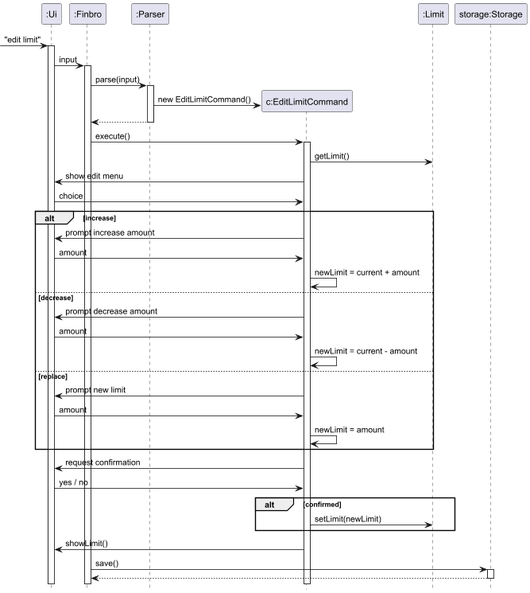
The PlantUML diagram docs/UML_diagrams/images/EditLimit.png in natmloclam/tp, before a commit. Its diagram source:
```plantuml
@startuml
hide footbox

->":Ui"++: "edit limit"
":Ui" -> ":Finbro"++: input

":Finbro" -> ":Parser"++: parse(input)
create "c:EditLimitCommand"
":Parser" -> "c:EditLimitCommand": new EditLimitCommand()
return

":Finbro" -> "c:EditLimitCommand"++: execute()

"c:EditLimitCommand" -> ":Limit": getLimit()

"c:EditLimitCommand" -> ":Ui": show edit menu
":Ui" -> "c:EditLimitCommand": choice

alt increase
    "c:EditLimitCommand" -> ":Ui": prompt increase amount
    ":Ui" -> "c:EditLimitCommand": amount
    "c:EditLimitCommand" -> "c:EditLimitCommand": newLimit = current + amount

else decrease
    "c:EditLimitCommand" -> ":Ui": prompt decrease amount
    ":Ui" -> "c:EditLimitCommand": amount
    "c:EditLimitCommand" -> "c:EditLimitCommand": newLimit = current - amount

else replace
    "c:EditLimitCommand" -> ":Ui": prompt new limit
    ":Ui" -> "c:EditLimitCommand": amount
    "c:EditLimitCommand" -> "c:EditLimitCommand": newLimit = amount
end

"c:EditLimitCommand" -> ":Ui": request confirmation
":Ui" -> "c:EditLimitCommand": yes / no

alt confirmed
    "c:EditLimitCommand" -> ":Limit": setLimit(newLimit)
end

"c:EditLimitCommand" -> ":Ui": showLimit()

":Finbro" -> "storage:Storage"++: save()
return

@enduml
```
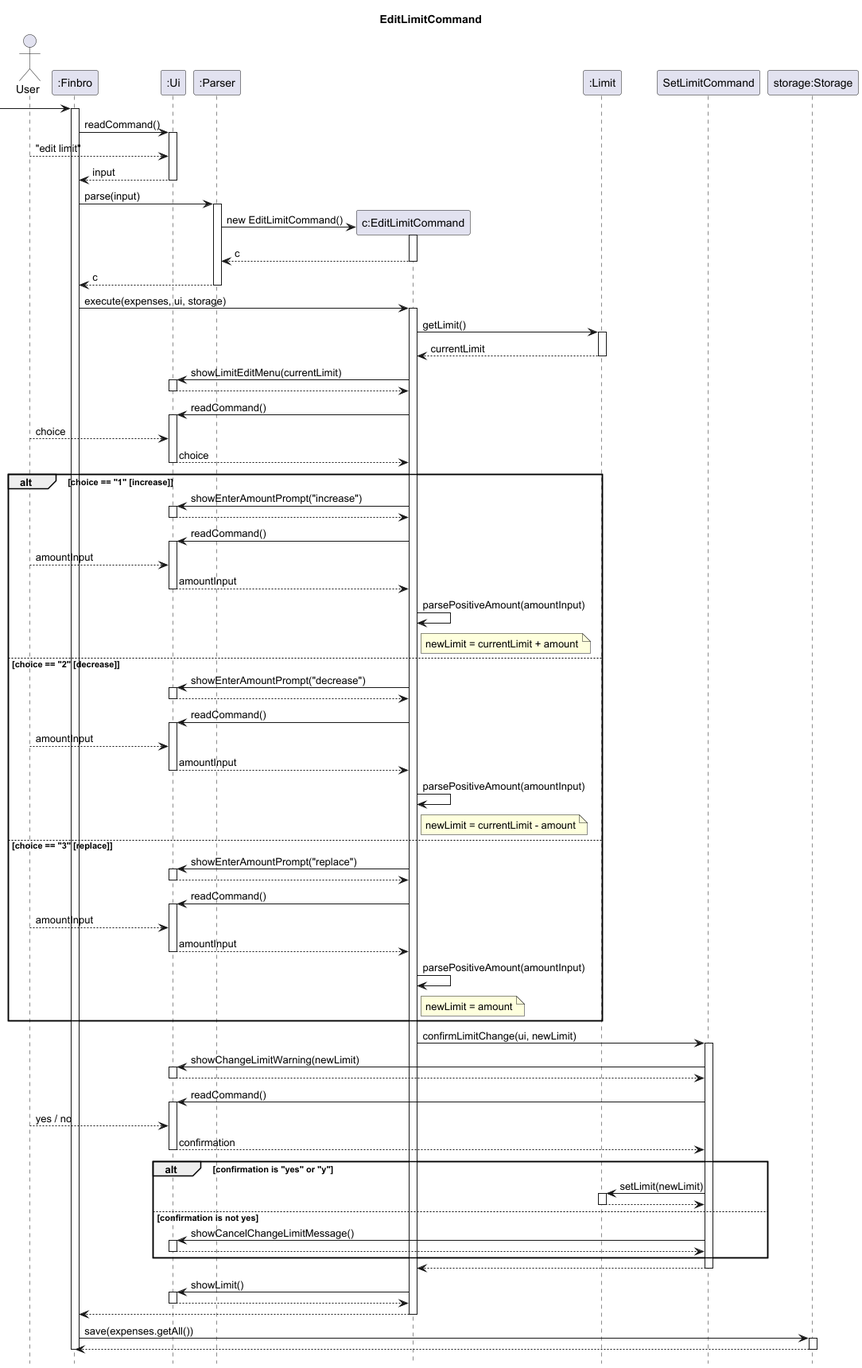
Above is the later version.

Commit message:
Modify EditLimit UML diagram

Diff of the diagram source:
```diff
@@ -1,47 +1,148 @@
 @startuml
+title EditLimitCommand
 hide footbox
 
-->":Ui"++: "edit limit"
-":Ui" -> ":Finbro"++: input
+actor User
 
-":Finbro" -> ":Parser"++: parse(input)
-create "c:EditLimitCommand"
-":Parser" -> "c:EditLimitCommand": new EditLimitCommand()
-return
+participant ":Finbro" as Finbro
+participant ":Ui" as Ui
+participant ":Parser" as Parser
+participant "c:EditLimitCommand" as EditLimitCommand
+participant ":Limit" as Limit
+participant "SetLimitCommand" as SetLimitCommand
+participant "storage:Storage" as Storage
 
-":Finbro" -> "c:EditLimitCommand"++: execute()
+[-> Finbro
+activate Finbro
 
-"c:EditLimitCommand" -> ":Limit": getLimit()
+Finbro -> Ui : readCommand()
+activate Ui
+User --> Ui : "edit limit"
+Ui --> Finbro : input
+deactivate Ui
 
-"c:EditLimitCommand" -> ":Ui": show edit menu
-":Ui" -> "c:EditLimitCommand": choice
+Finbro -> Parser : parse(input)
+activate Parser
+create EditLimitCommand
+Parser -> EditLimitCommand : new EditLimitCommand()
+activate EditLimitCommand
+EditLimitCommand --> Parser : c
+deactivate EditLimitCommand
+Parser --> Finbro : c
+deactivate Parser
 
-alt increase
-    "c:EditLimitCommand" -> ":Ui": prompt increase amount
-    ":Ui" -> "c:EditLimitCommand": amount
-    "c:EditLimitCommand" -> "c:EditLimitCommand": newLimit = current + amount
+Finbro -> EditLimitCommand : execute(expenses, ui, storage)
+activate EditLimitCommand
 
-else decrease
-    "c:EditLimitCommand" -> ":Ui": prompt decrease amount
-    ":Ui" -> "c:EditLimitCommand": amount
-    "c:EditLimitCommand" -> "c:EditLimitCommand": newLimit = current - amount
+EditLimitCommand -> Limit : getLimit()
+activate Limit
+Limit --> EditLimitCommand : currentLimit
+deactivate Limit
 
-else replace
-    "c:EditLimitCommand" -> ":Ui": prompt new limit
-    ":Ui" -> "c:EditLimitCommand": amount
-    "c:EditLimitCommand" -> "c:EditLimitCommand": newLimit = amount
+EditLimitCommand -> Ui : showLimitEditMenu(currentLimit)
+activate Ui
+Ui --> EditLimitCommand
+deactivate Ui
+
+EditLimitCommand -> Ui : readCommand()
+activate Ui
+User --> Ui : choice
+Ui --> EditLimitCommand : choice
+deactivate Ui
+
+alt choice == "1" [increase]
+    EditLimitCommand -> Ui : showEnterAmountPrompt("increase")
+    activate Ui
+    Ui --> EditLimitCommand
+    deactivate Ui
+
+    EditLimitCommand -> Ui : readCommand()
+    activate Ui
+    User --> Ui : amountInput
+    Ui --> EditLimitCommand : amountInput
+    deactivate Ui
+
+    EditLimitCommand -> EditLimitCommand : parsePositiveAmount(amountInput)
+    note right of EditLimitCommand
+      newLimit = currentLimit + amount
+    end note
+
+else choice == "2" [decrease]
+    EditLimitCommand -> Ui : showEnterAmountPrompt("decrease")
+    activate Ui
+    Ui --> EditLimitCommand
+    deactivate Ui
+
+    EditLimitCommand -> Ui : readCommand()
+    activate Ui
+    User --> Ui : amountInput
+    Ui --> EditLimitCommand : amountInput
+    deactivate Ui
+
+    EditLimitCommand -> EditLimitCommand : parsePositiveAmount(amountInput)
+    note right of EditLimitCommand
+      newLimit = currentLimit - amount
+    end note
+
+else choice == "3" [replace]
+    EditLimitCommand -> Ui : showEnterAmountPrompt("replace")
+    activate Ui
+    Ui --> EditLimitCommand
+    deactivate Ui
+
+    EditLimitCommand -> Ui : readCommand()
+    activate Ui
+    User --> Ui : amountInput
+    Ui --> EditLimitCommand : amountInput
+    deactivate Ui
+
+    EditLimitCommand -> EditLimitCommand : parsePositiveAmount(amountInput)
+    note right of EditLimitCommand
+      newLimit = amount
+    end note
 end
 
-"c:EditLimitCommand" -> ":Ui": request confirmation
-":Ui" -> "c:EditLimitCommand": yes / no
+EditLimitCommand -> SetLimitCommand : confirmLimitChange(ui, newLimit)
+activate SetLimitCommand
 
-alt confirmed
-    "c:EditLimitCommand" -> ":Limit": setLimit(newLimit)
+SetLimitCommand -> Ui : showChangeLimitWarning(newLimit)
+activate Ui
+Ui --> SetLimitCommand
+deactivate Ui
+
+SetLimitCommand -> Ui : readCommand()
+activate Ui
+User --> Ui : yes / no
+Ui --> SetLimitCommand : confirmation
+deactivate Ui
+
+alt confirmation is "yes" or "y"
+    SetLimitCommand -> Limit : setLimit(newLimit)
+    activate Limit
+    Limit --> SetLimitCommand
+    deactivate Limit
+else confirmation is not yes
+    SetLimitCommand -> Ui : showCancelChangeLimitMessage()
+    activate Ui
+    Ui --> SetLimitCommand
+    deactivate Ui
 end
 
-"c:EditLimitCommand" -> ":Ui": showLimit()
+SetLimitCommand --> EditLimitCommand
+deactivate SetLimitCommand
 
-":Finbro" -> "storage:Storage"++: save()
-return
+EditLimitCommand -> Ui : showLimit()
+activate Ui
+Ui --> EditLimitCommand
+deactivate Ui
 
+EditLimitCommand --> Finbro
+deactivate EditLimitCommand
+
+Finbro -> Storage : save(expenses.getAll())
+activate Storage
+Storage --> Finbro
+deactivate Storage
+
+deactivate Finbro
 @enduml
```
